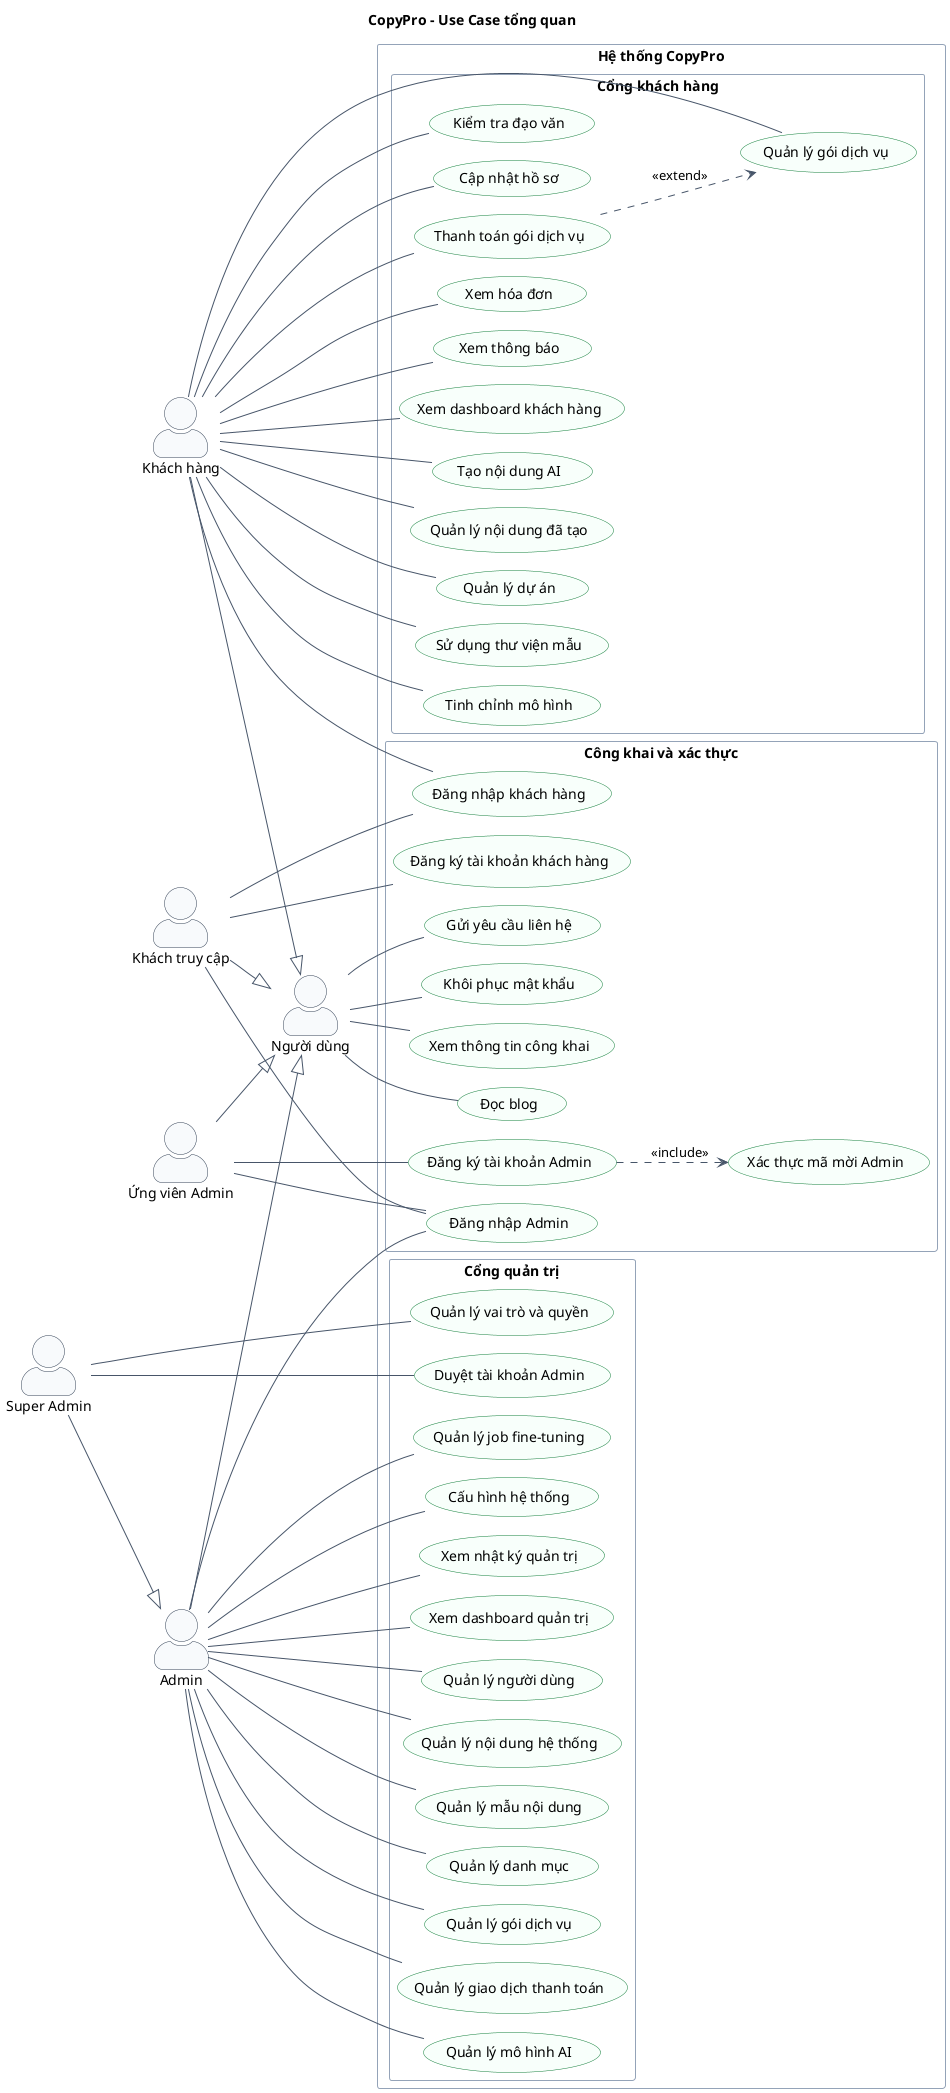
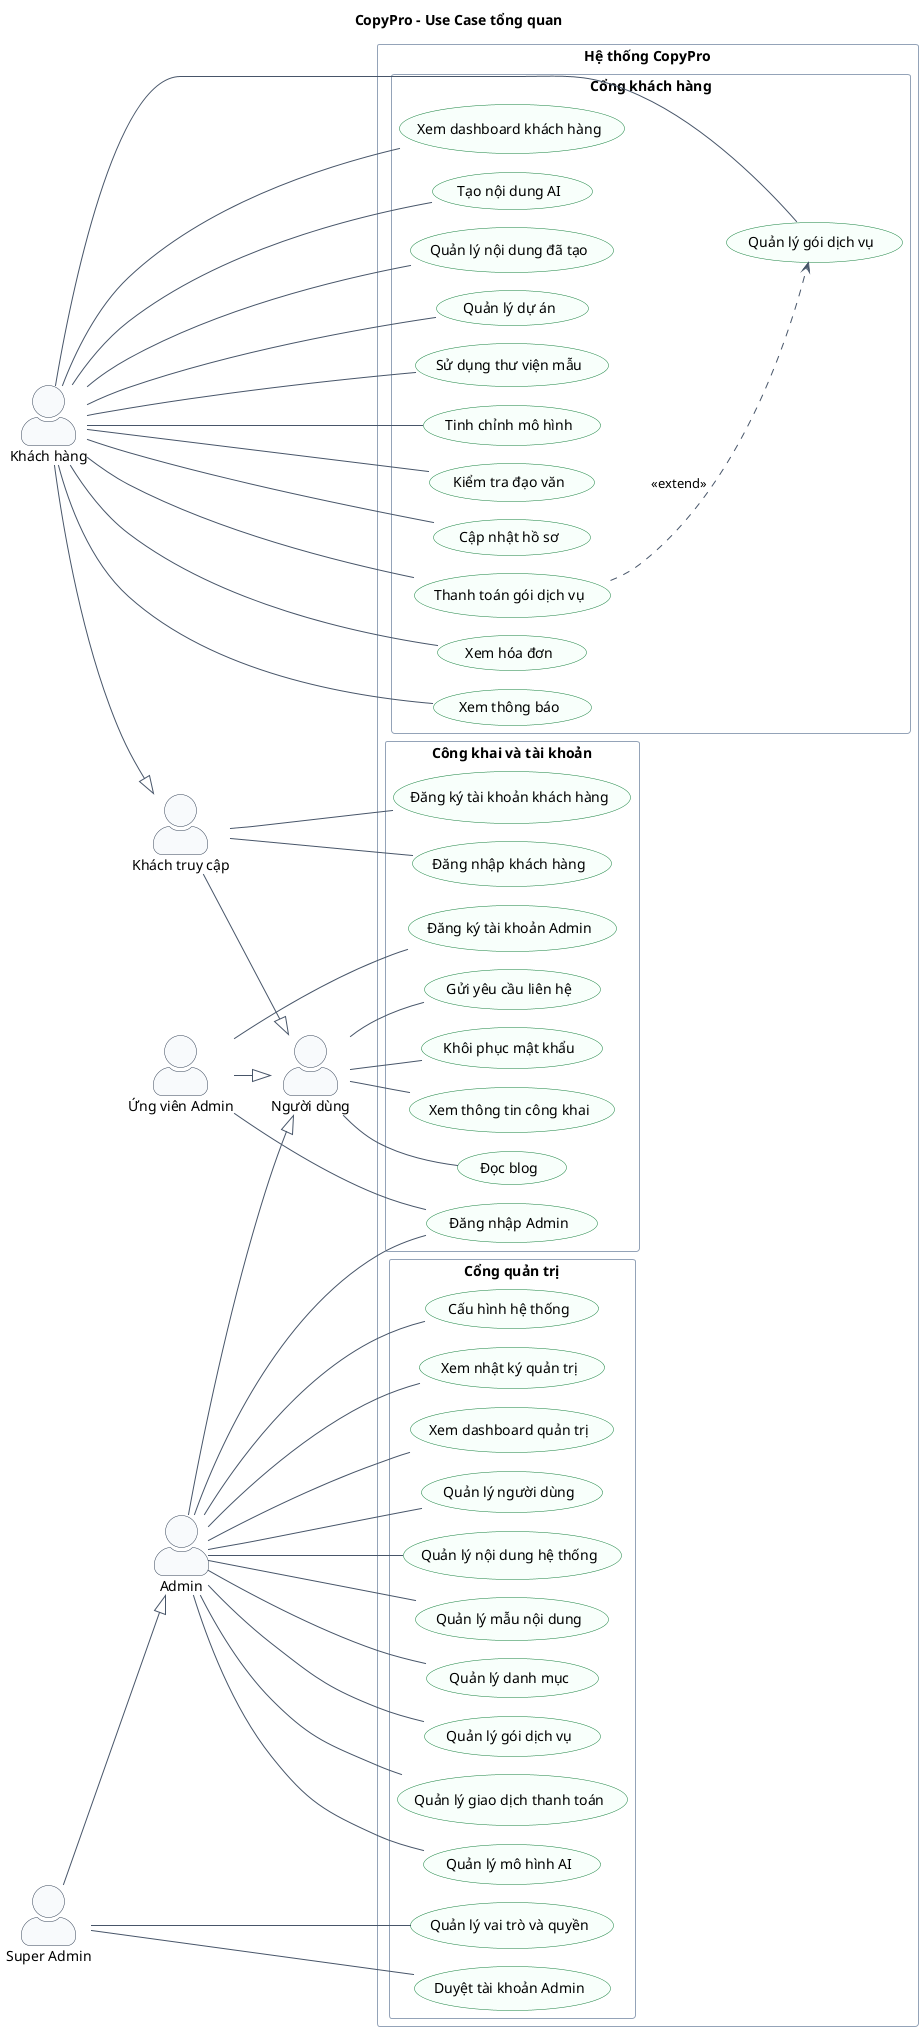
@startuml CopyProOverview
' CopyPro overview use case diagram.
' Use cases are organized around user-role actors.

!pragma layout smetana
title CopyPro - Use Case tổng quan

left to right direction
skinparam packageStyle rectangle
skinparam shadowing false
skinparam actorStyle awesome
skinparam linetype polyline
skinparam nodesep 28
skinparam ranksep 35
skinparam defaultFontName "Segoe UI"
skinparam ArrowColor #475569
skinparam actor {
  BackgroundColor #F8FAFC
  BorderColor #334155
}
skinparam usecase {
  BackgroundColor #F8FFFB
  BorderColor #15803D
}
skinparam rectangle {
  BackgroundColor #FFFFFF
  BorderColor #94A3B8
}

actor "Người dùng" as User
actor "Khách truy cập" as Guest
actor "Khách hàng" as Customer
actor "Ứng viên Admin" as AdminCandidate
actor "Admin" as Admin
actor "Super Admin" as SuperAdmin

Guest --|> User
- Customer --|> User
+ Customer --|> Guest
AdminCandidate --|> User
Admin --|> User
SuperAdmin --|> Admin

rectangle "Hệ thống CopyPro" {
-   package "Công khai và xác thực" {
+   package "Công khai và tài khoản" {
    usecase "Xem thông tin công khai" as O_PublicInfo
    usecase "Đọc blog" as O_ReadBlog
    usecase "Gửi yêu cầu liên hệ" as O_Contact
    usecase "Đăng ký tài khoản khách hàng" as O_CustomerRegister
    usecase "Đăng nhập khách hàng" as O_CustomerLogin
    usecase "Khôi phục mật khẩu" as O_RecoverPassword
    usecase "Đăng ký tài khoản Admin" as O_AdminRegister
-     usecase "Xác thực mã mời Admin" as O_ValidateAdminInvite
    usecase "Đăng nhập Admin" as O_AdminLogin
  }

  package "Cổng khách hàng" {
    usecase "Xem dashboard khách hàng" as O_CustomerDashboard
    usecase "Tạo nội dung AI" as O_GenerateContent
    usecase "Quản lý nội dung đã tạo" as O_ManageContents
    usecase "Quản lý dự án" as O_ManageProjects
    usecase "Sử dụng thư viện mẫu" as O_TemplateLibrary
    usecase "Tinh chỉnh mô hình" as O_FineTune
    usecase "Kiểm tra đạo văn" as O_Plagiarism
    usecase "Cập nhật hồ sơ" as O_Profile
    usecase "Quản lý gói dịch vụ" as O_ManageSubscription
    usecase "Thanh toán gói dịch vụ" as O_PaySubscription
    usecase "Xem hóa đơn" as O_Invoices
    usecase "Xem thông báo" as O_Notifications
  }

  package "Cổng quản trị" {
    usecase "Xem dashboard quản trị" as O_AdminDashboard
    usecase "Quản lý người dùng" as O_AdminUsers
    usecase "Duyệt tài khoản Admin" as O_ApproveAdmin
    usecase "Quản lý nội dung hệ thống" as O_AdminContents
    usecase "Quản lý mẫu nội dung" as O_AdminTemplates
    usecase "Quản lý danh mục" as O_AdminCategories
    usecase "Quản lý gói dịch vụ" as O_AdminPlans
    usecase "Quản lý giao dịch thanh toán" as O_AdminPayments
    usecase "Quản lý mô hình AI" as O_AdminModels
-     usecase "Quản lý job fine-tuning" as O_AdminFineTuning
    usecase "Cấu hình hệ thống" as O_AdminSettings
    usecase "Xem nhật ký quản trị" as O_AdminAuditLogs
    usecase "Quản lý vai trò và quyền" as O_AdminPermissions
  }
}

User -- O_PublicInfo
User -- O_ReadBlog
User -- O_Contact
User -- O_RecoverPassword

Guest -- O_CustomerRegister
Guest -- O_CustomerLogin
- Guest -- O_AdminLogin

AdminCandidate -- O_AdminRegister
AdminCandidate -- O_AdminLogin

- Customer -- O_CustomerLogin
Customer -- O_CustomerDashboard
Customer -- O_GenerateContent
Customer -- O_ManageContents
Customer -- O_ManageProjects
Customer -- O_TemplateLibrary
Customer -- O_FineTune
Customer -- O_Plagiarism
Customer -- O_Profile
Customer -- O_ManageSubscription
Customer -- O_PaySubscription
Customer -- O_Invoices
Customer -- O_Notifications

Admin -- O_AdminLogin
Admin -- O_AdminDashboard
Admin -- O_AdminUsers
Admin -- O_AdminContents
Admin -- O_AdminTemplates
Admin -- O_AdminCategories
Admin -- O_AdminPlans
Admin -- O_AdminPayments
Admin -- O_AdminModels
- Admin -- O_AdminFineTuning
Admin -- O_AdminSettings
Admin -- O_AdminAuditLogs

SuperAdmin -- O_ApproveAdmin
SuperAdmin -- O_AdminPermissions

- O_AdminRegister ..> O_ValidateAdminInvite : <<include>>
O_PaySubscription ..> O_ManageSubscription : <<extend>>

@enduml

@startuml CopyProCustomerUseCase
!pragma layout smetana
title CopyPro - Use Case khách hàng

left to right direction
skinparam packageStyle rectangle
skinparam shadowing false
skinparam actorStyle awesome
skinparam linetype polyline
skinparam nodesep 28
skinparam ranksep 35
skinparam defaultFontName "Segoe UI"
skinparam ArrowColor #475569
skinparam actor {
  BackgroundColor #F8FAFC
  BorderColor #334155
}
skinparam usecase {
  BackgroundColor #F8FFFB
  BorderColor #15803D
}
skinparam rectangle {
  BackgroundColor #FFFFFF
  BorderColor #94A3B8
}

actor "Người dùng" as User
actor "Khách hàng" as Customer

Customer --|> User

rectangle "Cổng khách hàng CopyPro" {
  package "Tài khoản" {
    usecase "Đăng nhập khách hàng" as C_Login
    usecase "Xem dashboard" as C_Dashboard
    usecase "Cập nhật hồ sơ" as C_Profile
    usecase "Đổi mật khẩu" as C_ChangePassword
    usecase "Cấu hình thông báo" as C_NotificationSettings
    usecase "Đăng xuất" as C_Logout
  }

  package "Nội dung và dự án" {
    usecase "Tạo nội dung AI" as C_Generate
    usecase "Áp dụng mẫu khi tạo nội dung" as C_ApplyTemplate
    usecase "Lưu nội dung đã tạo" as C_SaveGeneratedContent
    usecase "Quản lý nội dung đã tạo" as C_Contents
    usecase "Chỉnh sửa nội dung đã lưu" as C_EditContent
    usecase "Xuất nội dung" as C_ExportContent
    usecase "Quản lý dự án" as C_Projects
    usecase "Sử dụng thư viện mẫu" as C_Templates
  }

  package "AI nâng cao" {
    usecase "Tinh chỉnh mô hình" as C_FineTune
    usecase "Cung cấp dữ liệu huấn luyện" as C_ProvideTrainingData
    usecase "Theo dõi tiến trình huấn luyện" as C_TrainingProgress
    usecase "Kiểm tra đạo văn" as C_Plagiarism
    usecase "Xem nguồn trùng lặp" as C_PlagiarismSources
  }

  package "Gói dịch vụ và thông báo" {
    usecase "Quản lý gói dịch vụ" as C_Subscription
    usecase "Thanh toán gói dịch vụ" as C_PaySubscription
    usecase "Xem hóa đơn" as C_Invoices
    usecase "Tải hóa đơn" as C_DownloadInvoice
    usecase "Xem thông báo" as C_Notifications
    usecase "Đánh dấu thông báo đã đọc" as C_MarkNotificationRead
  }
}

Customer -- C_Login
Customer -- C_Dashboard
Customer -- C_Profile
Customer -- C_ChangePassword
Customer -- C_NotificationSettings
Customer -- C_Logout
Customer -- C_Generate
Customer -- C_ApplyTemplate
Customer -- C_SaveGeneratedContent
Customer -- C_Contents
Customer -- C_EditContent
Customer -- C_ExportContent
Customer -- C_Projects
Customer -- C_Templates
Customer -- C_FineTune
+ Customer -- C_ProvideTrainingData
Customer -- C_TrainingProgress
Customer -- C_Plagiarism
Customer -- C_PlagiarismSources
Customer -- C_Subscription
Customer -- C_PaySubscription
Customer -- C_Invoices
Customer -- C_DownloadInvoice
Customer -- C_Notifications
Customer -- C_MarkNotificationRead

C_FineTune ..> C_ProvideTrainingData : <<include>>

C_ApplyTemplate ..> C_Generate : <<extend>>
C_SaveGeneratedContent ..> C_Generate : <<extend>>
C_EditContent ..> C_Contents : <<extend>>
C_ExportContent ..> C_Contents : <<extend>>
C_ChangePassword ..> C_Profile : <<extend>>
C_NotificationSettings ..> C_Profile : <<extend>>
+ C_TrainingProgress ..> C_FineTune : <<extend>>
C_PaySubscription ..> C_Subscription : <<extend>>
C_DownloadInvoice ..> C_Invoices : <<extend>>
C_MarkNotificationRead ..> C_Notifications : <<extend>>
C_PlagiarismSources ..> C_Plagiarism : <<extend>>

@enduml

@startuml CopyProAdminUseCase
!pragma layout smetana
title CopyPro - Use Case quản trị

left to right direction
skinparam packageStyle rectangle
skinparam shadowing false
skinparam actorStyle awesome
skinparam linetype polyline
skinparam nodesep 28
skinparam ranksep 35
skinparam defaultFontName "Segoe UI"
skinparam ArrowColor #475569
skinparam actor {
  BackgroundColor #F8FAFC
  BorderColor #334155
}
skinparam usecase {
  BackgroundColor #F8FFFB
  BorderColor #15803D
}
skinparam rectangle {
  BackgroundColor #FFFFFF
  BorderColor #94A3B8
}

actor "Người dùng" as User
actor "Ứng viên Admin" as AdminCandidate
actor "Admin" as Admin
actor "Super Admin" as SuperAdmin

AdminCandidate --|> User
Admin --|> User
SuperAdmin --|> Admin

rectangle "Cổng quản trị CopyPro" {
-   package "Xác thực quản trị" {
+   package "Tài khoản quản trị" {
    usecase "Đăng ký tài khoản Admin" as A_Register
-     usecase "Xác thực mã mời Admin" as A_ValidateInvite
    usecase "Đăng nhập Admin" as A_Login
    usecase "Xem dashboard quản trị" as A_Dashboard
    usecase "Đăng xuất Admin" as A_Logout
  }

  package "Người dùng và phân quyền" {
    usecase "Quản lý người dùng" as A_Users
    usecase "Tạo tài khoản người dùng" as A_CreateUser
    usecase "Cập nhật tài khoản người dùng" as A_UpdateUser
    usecase "Vô hiệu hóa tài khoản" as A_DeactivateUser
    usecase "Khôi phục tài khoản" as A_RestoreUser
    usecase "Xóa vĩnh viễn tài khoản" as A_DeleteUser
    usecase "Duyệt tài khoản Admin" as A_ApproveAdmin
    usecase "Từ chối tài khoản Admin" as A_RejectAdmin
    usecase "Quản lý vai trò và quyền" as A_Permissions
    usecase "Tạo vai trò quản trị" as A_CreateAdminRole
    usecase "Gán quyền cho vai trò" as A_AssignPermission
    usecase "Khôi phục phân quyền mặc định" as A_ResetPermissions
  }

  package "Nội dung và cấu trúc" {
    usecase "Quản lý nội dung hệ thống" as A_Contents
    usecase "Cập nhật hoặc duyệt nội dung" as A_UpdateContent
    usecase "Xóa hoặc khôi phục nội dung" as A_DeleteRestoreContent
    usecase "Quản lý mẫu nội dung" as A_Templates
    usecase "Tạo mẫu nội dung" as A_CreateTemplate
    usecase "Cập nhật mẫu nội dung" as A_UpdateTemplate
    usecase "Xóa hoặc khôi phục mẫu" as A_DeleteRestoreTemplate
    usecase "Quản lý danh mục" as A_Categories
    usecase "Tạo danh mục" as A_CreateCategory
    usecase "Cập nhật danh mục" as A_UpdateCategory
    usecase "Xóa hoặc khôi phục danh mục" as A_DeleteRestoreCategory
  }

  package "Kinh doanh và hệ thống" {
    usecase "Quản lý gói dịch vụ" as A_Plans
    usecase "Tạo gói dịch vụ" as A_CreatePlan
    usecase "Cập nhật gói dịch vụ" as A_UpdatePlan
    usecase "Xóa hoặc khôi phục gói" as A_DeleteRestorePlan
    usecase "Quản lý giao dịch thanh toán" as A_Payments
-     usecase "Đối soát giao dịch" as A_ReconcilePayments
    usecase "Theo dõi doanh thu" as A_Revenue
    usecase "Cấu hình hệ thống" as A_Settings
    usecase "Cập nhật cấu hình API/AI" as A_ApiSettings
    usecase "Cập nhật cấu hình bảo mật" as A_SecuritySettings
    usecase "Cập nhật cấu hình thông báo" as A_SystemNotifications
    usecase "Xem nhật ký quản trị" as A_AuditLogs
  }

  package "Mô hình AI" {
    usecase "Quản lý mô hình AI" as A_Models
-     usecase "Tạo mô hình AI" as A_CreateModel
-     usecase "Cập nhật mô hình AI" as A_UpdateModel
+     usecase "Cấu hình mô hình AI" as A_UpdateModel
    usecase "Bật hoặc tắt mô hình AI" as A_ToggleModel
    usecase "Xóa hoặc khôi phục mô hình" as A_DeleteRestoreModel
-     usecase "Quản lý job fine-tuning" as A_FineTuning
-     usecase "Theo dõi job huấn luyện" as A_TrainingJobs
-     usecase "Triển khai mô hình đã huấn luyện" as A_DeployModel
  }
}

AdminCandidate -- A_Register
AdminCandidate -- A_Login

Admin -- A_Login
Admin -- A_Dashboard
Admin -- A_Logout
Admin -- A_Users
Admin -- A_CreateUser
Admin -- A_UpdateUser
Admin -- A_DeactivateUser
Admin -- A_RestoreUser
Admin -- A_Contents
Admin -- A_UpdateContent
Admin -- A_DeleteRestoreContent
Admin -- A_Templates
Admin -- A_CreateTemplate
Admin -- A_UpdateTemplate
Admin -- A_DeleteRestoreTemplate
Admin -- A_Categories
Admin -- A_CreateCategory
Admin -- A_UpdateCategory
Admin -- A_DeleteRestoreCategory
Admin -- A_Plans
Admin -- A_CreatePlan
Admin -- A_UpdatePlan
Admin -- A_DeleteRestorePlan
Admin -- A_Payments
- Admin -- A_ReconcilePayments
Admin -- A_Revenue
Admin -- A_Settings
Admin -- A_ApiSettings
Admin -- A_SecuritySettings
Admin -- A_SystemNotifications
Admin -- A_AuditLogs
Admin -- A_Models
- Admin -- A_CreateModel
Admin -- A_UpdateModel
Admin -- A_ToggleModel
Admin -- A_DeleteRestoreModel
- Admin -- A_FineTuning
- Admin -- A_TrainingJobs
- Admin -- A_DeployModel

SuperAdmin -- A_DeleteUser
SuperAdmin -- A_ApproveAdmin
SuperAdmin -- A_RejectAdmin
SuperAdmin -- A_Permissions
SuperAdmin -- A_CreateAdminRole
SuperAdmin -- A_AssignPermission
SuperAdmin -- A_ResetPermissions

- A_Register ..> A_ValidateInvite : <<include>>
- 
+ A_CreateUser ..> A_Users : <<extend>>
+ A_UpdateUser ..> A_Users : <<extend>>
+ A_DeactivateUser ..> A_Users : <<extend>>
+ A_RestoreUser ..> A_Users : <<extend>>
+ A_DeleteUser ..> A_Users : <<extend>>
A_ApproveAdmin ..> A_Users : <<extend>>
A_RejectAdmin ..> A_Users : <<extend>>
- A_DeployModel ..> A_FineTuning : <<extend>>
+ 
+ A_CreateAdminRole ..> A_Permissions : <<extend>>
+ A_AssignPermission ..> A_Permissions : <<extend>>
+ A_ResetPermissions ..> A_Permissions : <<extend>>
+ 
+ A_UpdateContent ..> A_Contents : <<extend>>
+ A_DeleteRestoreContent ..> A_Contents : <<extend>>
+ 
+ A_CreateTemplate ..> A_Templates : <<extend>>
+ A_UpdateTemplate ..> A_Templates : <<extend>>
+ A_DeleteRestoreTemplate ..> A_Templates : <<extend>>
+ 
+ A_CreateCategory ..> A_Categories : <<extend>>
+ A_UpdateCategory ..> A_Categories : <<extend>>
+ A_DeleteRestoreCategory ..> A_Categories : <<extend>>
+ 
+ A_CreatePlan ..> A_Plans : <<extend>>
+ A_UpdatePlan ..> A_Plans : <<extend>>
+ A_DeleteRestorePlan ..> A_Plans : <<extend>>
+ 
+ A_Revenue ..> A_Payments : <<extend>>
+ 
+ A_ApiSettings ..> A_Settings : <<extend>>
+ A_SecuritySettings ..> A_Settings : <<extend>>
+ A_SystemNotifications ..> A_Settings : <<extend>>
+ 
+ A_UpdateModel ..> A_Models : <<extend>>
+ A_ToggleModel ..> A_Models : <<extend>>
+ A_DeleteRestoreModel ..> A_Models : <<extend>>

@enduml
